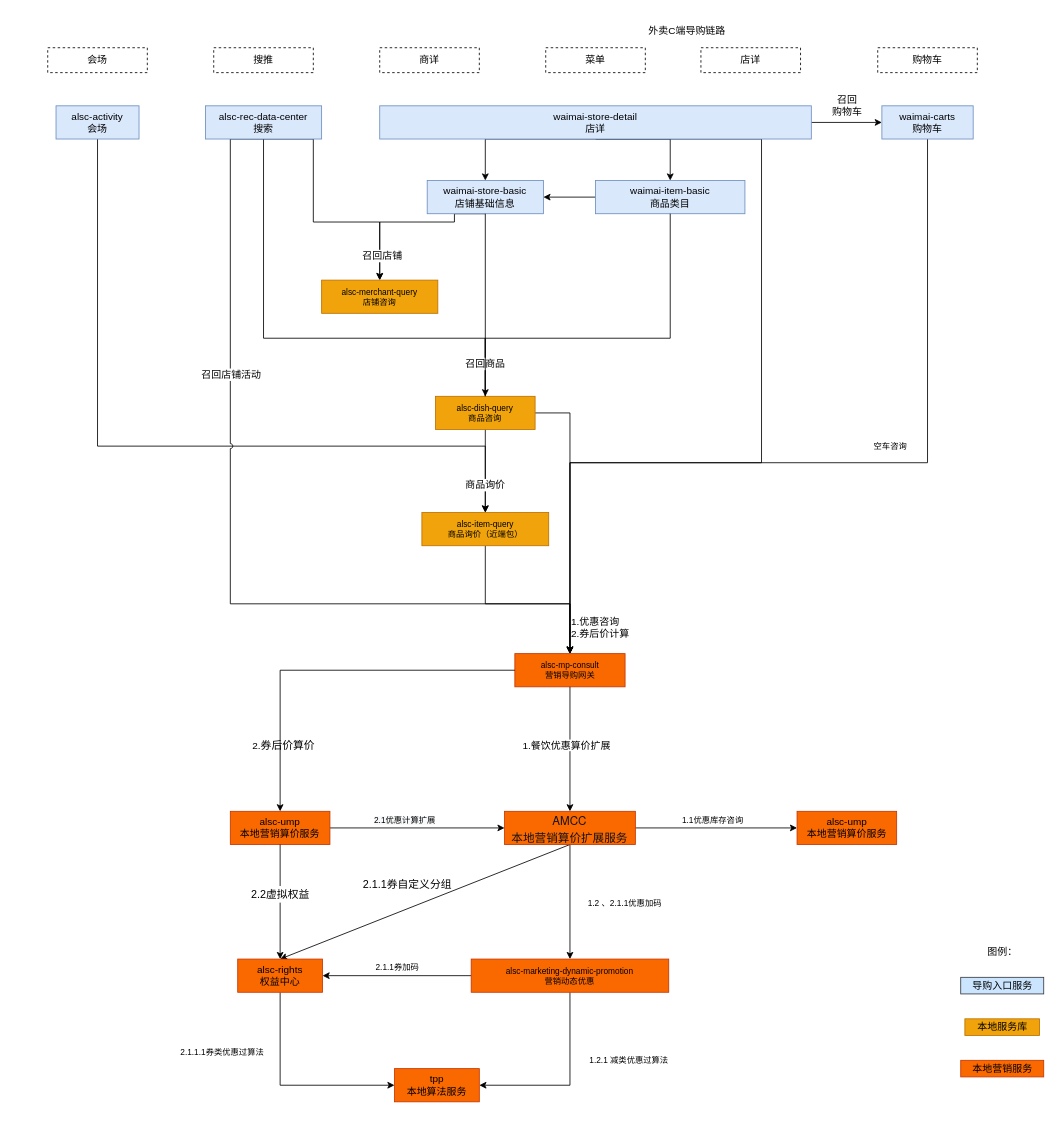
The draw.io diagram page "C端导购链路" (3 of 4) of 营销业务梳理.drawio in jon-kong/draw.io, before the edit. Source tidied: cells renumbered, new cells numbered last; positions are measured from the earlier drawing's top-left corner, leaving out a move shared by most shapes. Both pictures are drawn from the tidied source at 83%, with x=0, y=0 at pixel (47, 22).
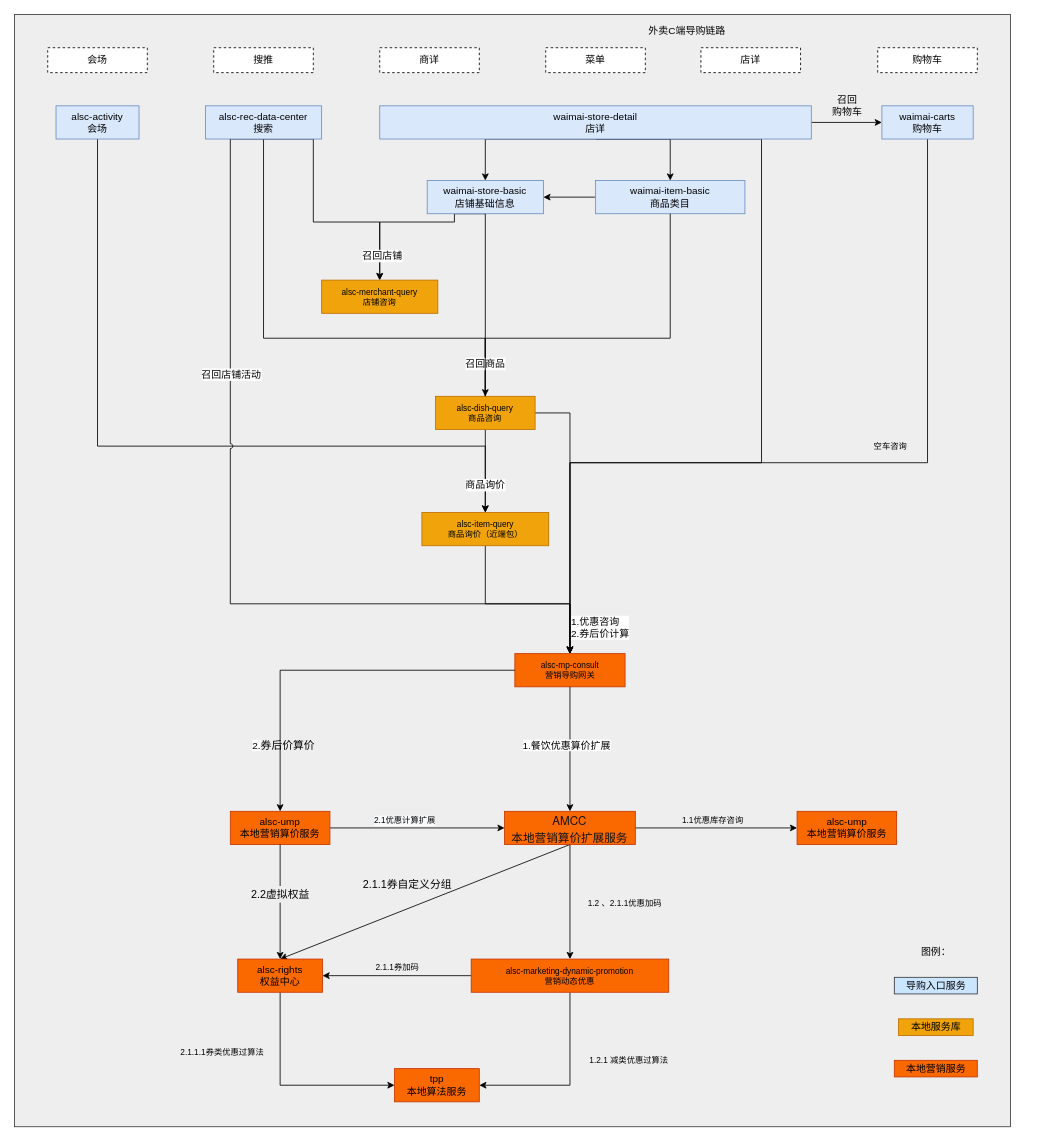
The same page after the edit.

The edit, as a diff of the source:
```diff
@@
+    <mxCell id="73" style="rounded=0;whiteSpace=wrap;html=1;labelBackgroundColor=none;fontSize=10;fillColor=#eeeeee;strokeColor=#36393d;" parent="1" vertex="1">
+      <mxGeometry x="-40" y="-10" width="1200" height="1340" as="geometry" />
+    </mxCell>
@@
     <mxCell id="68" value="本地营销服务" style="text;html=1;align=center;verticalAlign=middle;strokeColor=#C73500;fillColor=#fa6800;fontSize=12;fontColor=#000000;" parent="1" vertex="1">
-      <mxGeometry x="1100" y="1250" width="100" height="20" as="geometry" />
+      <mxGeometry x="1020" y="1250" width="100" height="20" as="geometry" />
     </mxCell>
     <mxCell id="69" value="本地服务库" style="text;html=1;align=center;verticalAlign=middle;strokeColor=#BD7000;fillColor=#f0a30a;fontSize=12;fontColor=#000000;" parent="1" vertex="1">
-      <mxGeometry x="1105" y="1200" width="90" height="20" as="geometry" />
+      <mxGeometry x="1025" y="1200" width="90" height="20" as="geometry" />
     </mxCell>
     <mxCell id="70" value="图例：" style="text;html=1;align=center;verticalAlign=middle;strokeColor=none;fillColor=none;fontSize=12;" parent="1" vertex="1">
-      <mxGeometry x="1120" y="1110" width="60" height="20" as="geometry" />
+      <mxGeometry x="1040" y="1110" width="60" height="20" as="geometry" />
     </mxCell>
     <mxCell id="71" value="导购入口服务" style="text;html=1;align=center;verticalAlign=middle;strokeColor=#36393d;fillColor=#cce5ff;fontSize=12;" parent="1" vertex="1">
-      <mxGeometry x="1100" y="1150" width="100" height="20" as="geometry" />
+      <mxGeometry x="1020" y="1150" width="100" height="20" as="geometry" />
     </mxCell>
```
